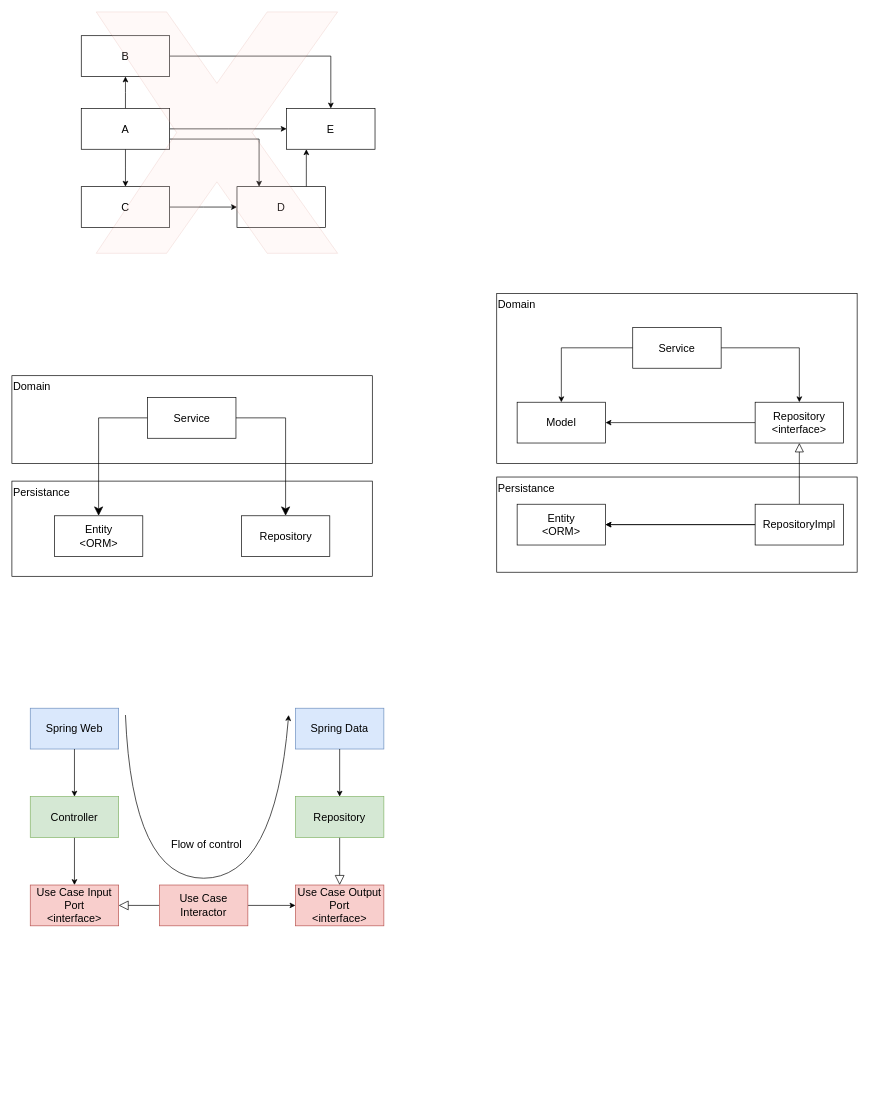
zatsepinvl/where-to-put-the-service keeps this draw.io diagram as page "Clean arch" (3 of 5) of where-to-put-the-service.drawio. Above is the earlier version. Source tidied: cells renumbered, new cells numbered last; positions are measured from the earlier drawing's top-left corner, leaving out a move shared by most shapes. Both pictures are drawn from the tidied source at 68%, with x=0, y=0 at pixel (12, 12).
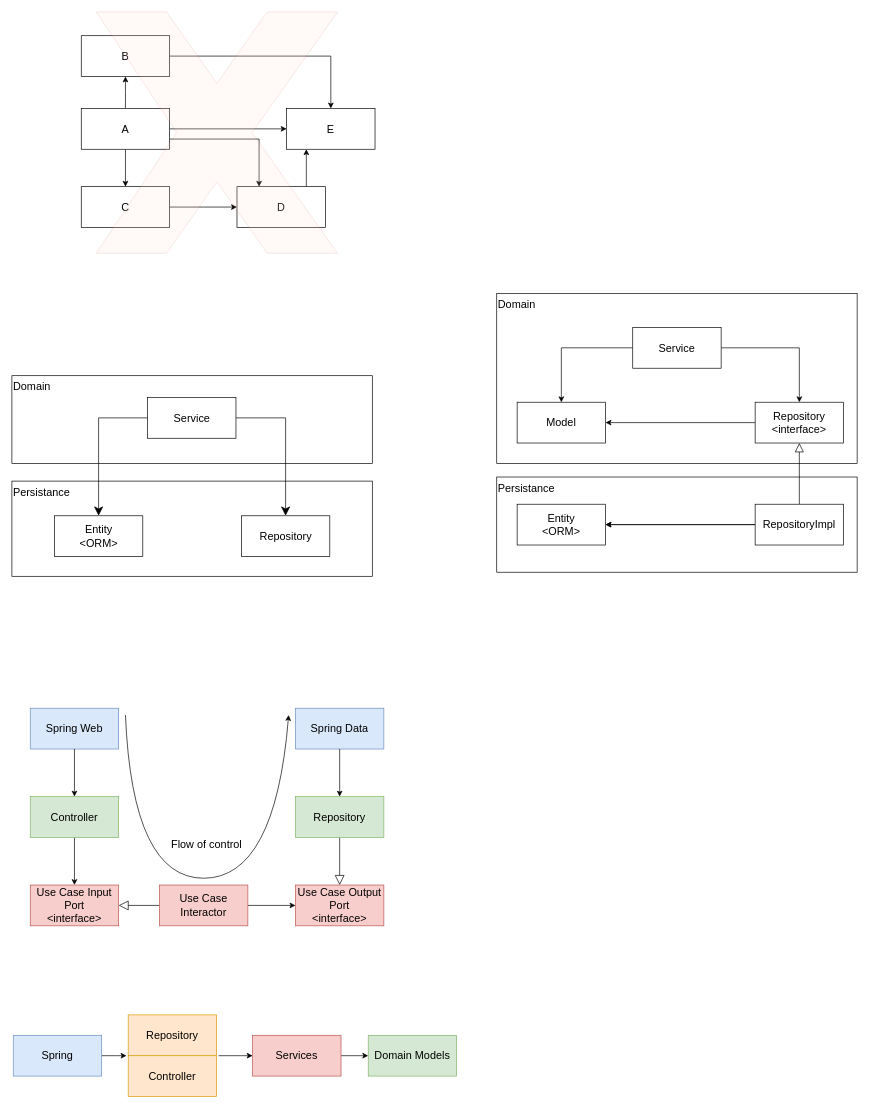
Above is the later version.

Diff of the diagram source:
```diff
@@
+    <mxCell id="49" style="edgeStyle=orthogonalEdgeStyle;rounded=0;jettySize=auto;html=1;" parent="1" edge="1" source="50">
+      <mxGeometry relative="1" as="geometry">
+        <mxPoint x="168.6" y="1535" as="targetPoint" />
+      </mxGeometry>
+    </mxCell>
+    <mxCell id="50" value="Spring" style="rounded=0;whiteSpace=wrap;html=1;fontFamily=Arial;fontSize=16;shadow=0;fillColor=#dae8fc;strokeColor=#6c8ebf;" parent="1" vertex="1">
+      <mxGeometry x="2" y="1505" width="130" height="60" as="geometry" />
+    </mxCell>
+    <mxCell id="51" value="Controller" style="rounded=0;whiteSpace=wrap;html=1;fontFamily=Arial;fontSize=16;shadow=0;fillColor=#ffe6cc;strokeColor=#d79b00;" parent="1" vertex="1">
+      <mxGeometry x="171" y="1535" width="130" height="60" as="geometry" />
+    </mxCell>
+    <mxCell id="52" value="Repository" style="rounded=0;whiteSpace=wrap;html=1;fontFamily=Arial;fontSize=16;shadow=0;fillColor=#ffe6cc;strokeColor=#d79b00;" parent="1" vertex="1">
+      <mxGeometry x="171" y="1475" width="130" height="60" as="geometry" />
+    </mxCell>
+    <mxCell id="53" style="rounded=0;jettySize=auto;html=1;elbow=vertical;exitX=0;exitY=0.5;exitDx=0;exitDy=0;entryX=0;entryY=0.5;entryDx=0;entryDy=0;" parent="1" edge="1" target="55">
+      <mxGeometry relative="1" as="geometry">
+        <mxPoint x="304" y="1535" as="sourcePoint" />
+      </mxGeometry>
+    </mxCell>
+    <mxCell id="54" style="edgeStyle=none;rounded=0;jettySize=auto;html=1;" parent="1" edge="1" source="55" target="56">
+      <mxGeometry relative="1" as="geometry" />
+    </mxCell>
+    <mxCell id="55" value="Services" style="rounded=0;whiteSpace=wrap;html=1;fontFamily=Arial;fontSize=16;shadow=0;fillColor=#f8cecc;strokeColor=#b85450;" parent="1" vertex="1">
+      <mxGeometry x="354" y="1505" width="130" height="60" as="geometry" />
+    </mxCell>
+    <mxCell id="56" value="Domain Models" style="rounded=0;whiteSpace=wrap;html=1;fontFamily=Arial;fontSize=16;shadow=0;fillColor=#d5e8d4;strokeColor=#82b366;" parent="1" vertex="1">
+      <mxGeometry x="524" y="1505" width="130" height="60" as="geometry" />
+    </mxCell>
```
